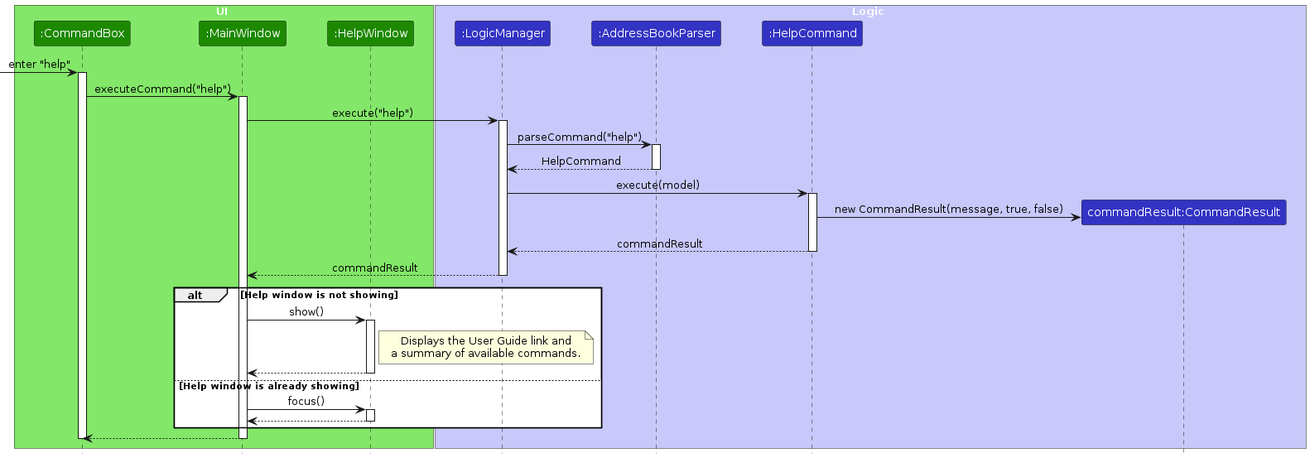
The PlantUML diagram diagrams/HelpCommandSequenceDiagram.png in AY2627S1-CS2103T-T11-2/tp, before a commit. Its source is kept beside it as diagrams/HelpCommandSequenceDiagram.puml. Source of this version:
```plantuml
@startuml
!include style.puml
skinparam ArrowFontStyle plain

box UI UI_COLOR_T1
participant ":CommandBox" as CommandBox UI_COLOR
participant ":MainWindow" as MainWindow UI_COLOR
participant ":HelpWindow" as HelpWindow UI_COLOR
end box

box Logic LOGIC_COLOR_T1
participant ":LogicManager" as LogicManager LOGIC_COLOR
participant ":AddressBookParser" as AddressBookParser LOGIC_COLOR
participant ":HelpCommand" as HelpCommand LOGIC_COLOR
participant "commandResult:CommandResult" as CommandResult LOGIC_COLOR
end box

[-> CommandBox : enter "help"
activate CommandBox
CommandBox -> MainWindow : executeCommand("help")
activate MainWindow
MainWindow -> LogicManager : execute("help")
activate LogicManager
LogicManager -> AddressBookParser : parseCommand("help")
activate AddressBookParser
AddressBookParser --> LogicManager : HelpCommand
deactivate AddressBookParser
LogicManager -> HelpCommand : execute(model)
activate HelpCommand
create CommandResult
HelpCommand -> CommandResult : new CommandResult(message, true, false)
HelpCommand --> LogicManager : commandResult
deactivate HelpCommand
LogicManager --> MainWindow : commandResult
deactivate LogicManager
alt Help window is not showing
    MainWindow -> HelpWindow : show()
    activate HelpWindow
    note right of HelpWindow
    Displays the User Guide link and
    a summary of available commands.
    end note
    HelpWindow --> MainWindow
    deactivate HelpWindow
else Help window is already showing
    MainWindow -> HelpWindow : focus()
    activate HelpWindow
    HelpWindow --> MainWindow
    deactivate HelpWindow
end
MainWindow --> CommandBox
deactivate MainWindow
deactivate CommandBox
@enduml
```
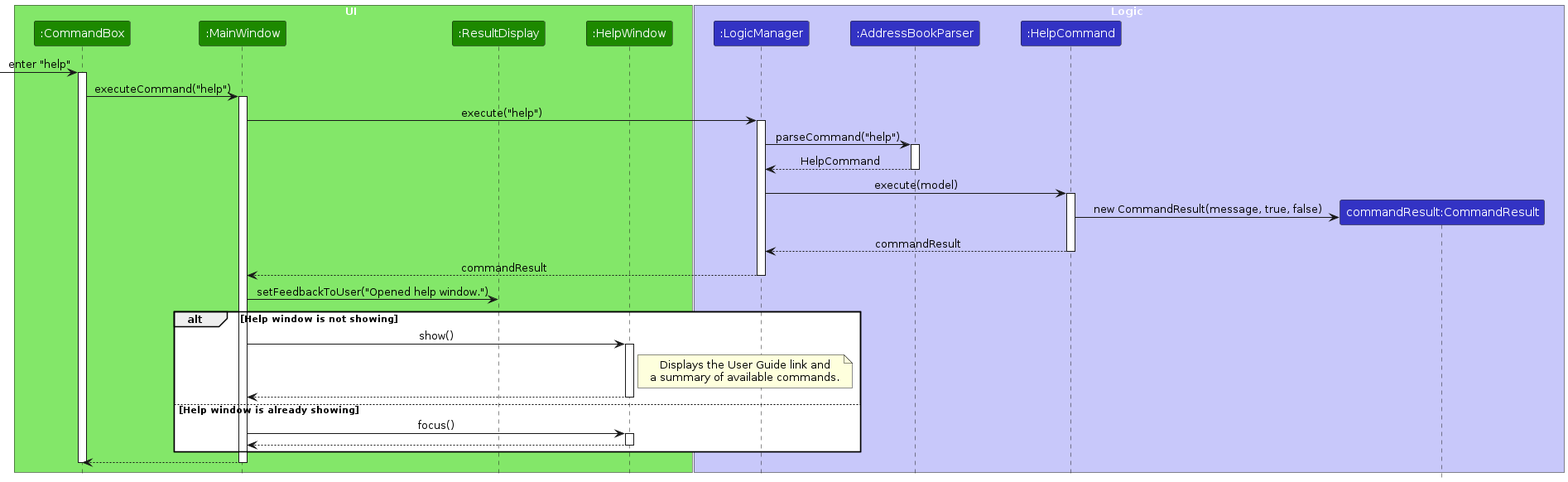
Above is the later version.

Change to the diagram source:
```diff
@@ -5,6 +5,7 @@
 box UI UI_COLOR_T1
 participant ":CommandBox" as CommandBox UI_COLOR
 participant ":MainWindow" as MainWindow UI_COLOR
+participant ":ResultDisplay" as ResultDisplay UI_COLOR
 participant ":HelpWindow" as HelpWindow UI_COLOR
 end box
 
@@ -33,6 +34,7 @@
 deactivate HelpCommand
 LogicManager --> MainWindow : commandResult
 deactivate LogicManager
+MainWindow -> ResultDisplay : setFeedbackToUser("Opened help window.")
 alt Help window is not showing
     MainWindow -> HelpWindow : show()
     activate HelpWindow
```
